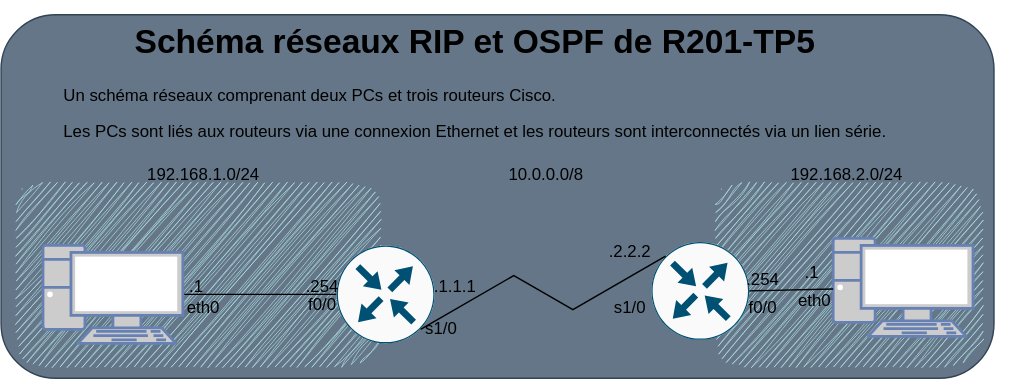
Above: cours/modules/R201/R201-TP/R201-TP5/src/schema-bgp.drawio.svg in Keobook/import-cours-but-rt (draw.io), before the change. Source tidied: cells renumbered, new cells last; positions are measured from the earlier drawing's top-left corner, leaving out a move shared by most shapes.
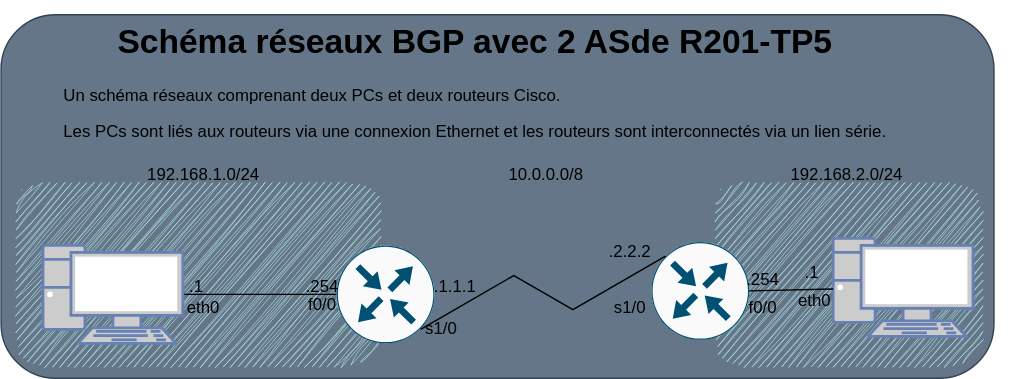
After the change.

The edit, as a diff of the source:
```diff
@@ -35,7 +35,7 @@
     <mxCell id="12" value="192.168.1.0/24" style="text;html=1;strokeColor=none;fillColor=none;align=center;verticalAlign=middle;whiteSpace=wrap;rounded=0;" parent="1" vertex="1">
       <mxGeometry x="90" y="100" width="110" height="30" as="geometry" />
     </mxCell>
-    <mxCell id="13" value="&lt;h1 style=&quot;text-align: center;&quot;&gt;Schéma réseaux RIP et OSPF de R201-TP5&lt;/h1&gt;&lt;p&gt;Un schéma réseaux comprenant deux PCs et trois routeurs Cisco.&lt;/p&gt;&lt;p&gt;Les PCs sont liés aux routeurs via une connexion Ethernet et les routeurs sont interconnectés via un lien série.&lt;/p&gt;" style="text;html=1;strokeColor=none;fillColor=none;spacing=5;spacingTop=-20;whiteSpace=wrap;overflow=hidden;rounded=0;" parent="1" vertex="1">
+    <mxCell id="13" value="&lt;h1 style=&quot;text-align: center;&quot;&gt;Schéma réseaux BGP avec 2 ASde R201-TP5&lt;/h1&gt;&lt;p&gt;Un schéma réseaux comprenant deux PCs et deux routeurs Cisco.&lt;/p&gt;&lt;p&gt;Les PCs sont liés aux routeurs via une connexion Ethernet et les routeurs sont interconnectés via un lien série.&lt;/p&gt;" style="text;html=1;strokeColor=none;fillColor=none;spacing=5;spacingTop=-20;whiteSpace=wrap;overflow=hidden;rounded=0;" parent="1" vertex="1">
       <mxGeometry x="40" width="690" height="120" as="geometry" />
     </mxCell>
     <mxCell id="14" value=".1" style="text;strokeColor=none;fillColor=none;html=1;align=center;verticalAlign=middle;whiteSpace=wrap;rounded=0;" parent="1" vertex="1">
```
